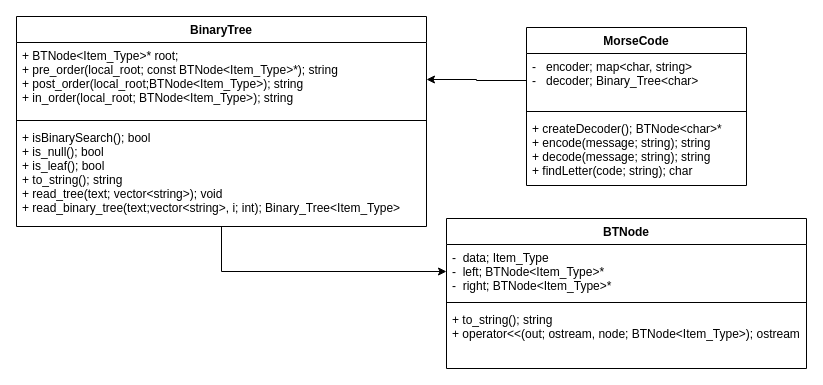
The draw.io diagram UML Diagram Project 2.drawio in JAWolfe04/CS303_Project_2, before the edit. Source tidied: cells renumbered, new cells numbered last; positions are measured from the earlier drawing's top-left corner, leaving out a move shared by most shapes. Both pictures are drawn from the tidied source at 100%, with x=0, y=0 at pixel (16, 16).
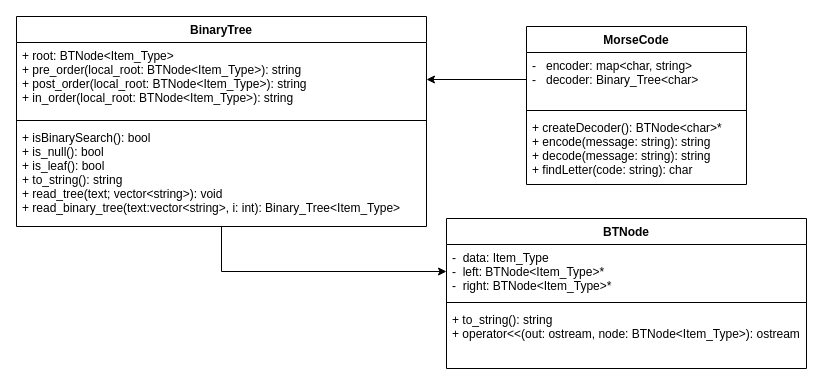
After the change.

What changed in the source:
```diff
@@
 <mxGraphModel>
   <root>
     <mxCell id="0" />
     <mxCell id="1" parent="0" />
     <mxCell id="2" style="edgeStyle=orthogonalEdgeStyle;rounded=0;jettySize=auto;html=1;entryX=0;entryY=0.5;entryDx=0;entryDy=0;" parent="1" edge="1" source="3" target="8">
       <mxGeometry relative="1" as="geometry" />
     </mxCell>
     <mxCell id="3" value="BinaryTree" style="swimlane;fontStyle=1;align=center;verticalAlign=top;horizontal=1;startSize=26;" parent="1" vertex="1">
       <mxGeometry width="410" height="210" as="geometry" />
     </mxCell>
-    <mxCell id="4" value="+ BTNode&lt;Item_Type&gt;* root;&#10;+ pre_order(local_root; const BTNode&lt;Item_Type&gt;*); string&#10;+ post_order(local_root;BTNode&lt;Item_Type&gt;); string&#10;+ in_order(local_root; BTNode&lt;Item_Type&gt;); string&#10;" style="text;strokeColor=none;fillColor=none;align=left;verticalAlign=top;spacingLeft=4;spacingRight=4;overflow=hidden;points=[[0,0.5],[1,0.5]];portConstraint=eastwest;" parent="3" vertex="1">
+    <mxCell id="4" value="+ root: BTNode&lt;Item_Type&gt;&#10;+ pre_order(local_root: BTNode&lt;Item_Type&gt;): string&#10;+ post_order(local_root: BTNode&lt;Item_Type&gt;): string&#10;+ in_order(local_root: BTNode&lt;Item_Type&gt;): string&#10;" style="text;strokeColor=none;fillColor=none;align=left;verticalAlign=top;spacingLeft=4;spacingRight=4;overflow=hidden;points=[[0,0.5],[1,0.5]];portConstraint=eastwest;" parent="3" vertex="1">
       <mxGeometry y="26" width="410" height="74" as="geometry" />
     </mxCell>
     <mxCell id="5" style="line;strokeWidth=1;fillColor=none;align=left;verticalAlign=middle;spacingTop=-1;spacingLeft=3;spacingRight=3;labelPosition=right;" parent="3" vertex="1">
       <mxGeometry y="100" width="410" height="8" as="geometry" />
     </mxCell>
-    <mxCell id="6" value="+ isBinarySearch(); bool&#10;+ is_null(); bool&#10;+ is_leaf(); bool&#10;+ to_string(); string&#10;+ read_tree(text; vector&lt;string&gt;); void&#10;+ read_binary_tree(text;vector&lt;string&gt;, i; int); Binary_Tree&lt;Item_Type&gt; " style="text;strokeColor=none;fillColor=none;align=left;verticalAlign=top;spacingLeft=4;spacingRight=4;overflow=hidden;" parent="3" vertex="1">
+    <mxCell id="6" value="+ isBinarySearch(): bool&#10;+ is_null(): bool&#10;+ is_leaf(): bool&#10;+ to_string(): string&#10;+ read_tree(text; vector&lt;string&gt;): void&#10;+ read_binary_tree(text:vector&lt;string&gt;, i: int): Binary_Tree&lt;Item_Type&gt; " style="text;strokeColor=none;fillColor=none;align=left;verticalAlign=top;spacingLeft=4;spacingRight=4;overflow=hidden;" parent="3" vertex="1">
       <mxGeometry y="108" width="410" height="102" as="geometry" />
     </mxCell>
     <mxCell id="7" value="BTNode" style="swimlane;fontStyle=1;align=center;verticalAlign=top;horizontal=1;startSize=26;" parent="1" vertex="1">
       <mxGeometry x="430" y="202" width="360" height="150" as="geometry" />
     </mxCell>
-    <mxCell id="8" value="-  data; Item_Type &#10;-  left; BTNode&lt;Item_Type&gt;* &#10;-  right; BTNode&lt;Item_Type&gt;* " style="text;strokeColor=none;fillColor=none;align=left;verticalAlign=top;spacingLeft=4;spacingRight=4;overflow=hidden;points=[[0,0.5],[1,0.5]];portConstraint=eastwest;" parent="7" vertex="1">
+    <mxCell id="8" value="-  data: Item_Type &#10;-  left: BTNode&lt;Item_Type&gt;* &#10;-  right: BTNode&lt;Item_Type&gt;* " style="text;strokeColor=none;fillColor=none;align=left;verticalAlign=top;spacingLeft=4;spacingRight=4;overflow=hidden;points=[[0,0.5],[1,0.5]];portConstraint=eastwest;" parent="7" vertex="1">
       <mxGeometry y="26" width="360" height="54" as="geometry" />
     </mxCell>
     <mxCell id="9" style="line;strokeWidth=1;fillColor=none;align=left;verticalAlign=middle;spacingTop=-1;spacingLeft=3;spacingRight=3;labelPosition=right;" parent="7" vertex="1">
       <mxGeometry y="80" width="360" height="8" as="geometry" />
     </mxCell>
-    <mxCell id="10" value="+ to_string(); string&#10;+ operator&lt;&lt;(out; ostream, node; BTNode&lt;Item_Type&gt;); ostream " style="text;strokeColor=none;fillColor=none;align=left;verticalAlign=top;spacingLeft=4;spacingRight=4;overflow=hidden;" parent="7" vertex="1">
+    <mxCell id="10" value="+ to_string(): string&#10;+ operator&lt;&lt;(out: ostream, node: BTNode&lt;Item_Type&gt;): ostream " style="text;strokeColor=none;fillColor=none;align=left;verticalAlign=top;spacingLeft=4;spacingRight=4;overflow=hidden;" parent="7" vertex="1">
       <mxGeometry y="88" width="360" height="62" as="geometry" />
     </mxCell>
     <mxCell id="11" value="MorseCode" style="swimlane;fontStyle=1;align=center;verticalAlign=top;horizontal=1;startSize=26;" parent="1" vertex="1">
-      <mxGeometry x="510" y="11" width="220" height="158" as="geometry" />
+      <mxGeometry x="510" y="10" width="220" height="158" as="geometry" />
     </mxCell>
-    <mxCell id="12" value="-   encoder; map&lt;char, string&gt; &#10;-   decoder; Binary_Tree&lt;char&gt; " style="text;strokeColor=none;fillColor=none;align=left;verticalAlign=top;spacingLeft=4;spacingRight=4;overflow=hidden;points=[[0,0.5],[1,0.5]];portConstraint=eastwest;" parent="11" vertex="1">
+    <mxCell id="12" value="-   encoder: map&lt;char, string&gt; &#10;-   decoder: Binary_Tree&lt;char&gt; " style="text;strokeColor=none;fillColor=none;align=left;verticalAlign=top;spacingLeft=4;spacingRight=4;overflow=hidden;points=[[0,0.5],[1,0.5]];portConstraint=eastwest;" parent="11" vertex="1">
       <mxGeometry y="26" width="220" height="54" as="geometry" />
     </mxCell>
     <mxCell id="13" style="line;strokeWidth=1;fillColor=none;align=left;verticalAlign=middle;spacingTop=-1;spacingLeft=3;spacingRight=3;labelPosition=right;" parent="11" vertex="1">
       <mxGeometry y="80" width="220" height="8" as="geometry" />
     </mxCell>
-    <mxCell id="14" value="+ createDecoder(); BTNode&lt;char&gt;*&#10;+ encode(message; string); string&#10;+ decode(message; string); string&#10;+ findLetter(code; string); char" style="text;strokeColor=none;fillColor=none;align=left;verticalAlign=top;spacingLeft=4;spacingRight=4;overflow=hidden;" parent="11" vertex="1">
+    <mxCell id="14" value="+ createDecoder(): BTNode&lt;char&gt;*&#10;+ encode(message: string): string&#10;+ decode(message: string): string&#10;+ findLetter(code: string): char" style="text;strokeColor=none;fillColor=none;align=left;verticalAlign=top;spacingLeft=4;spacingRight=4;overflow=hidden;" parent="11" vertex="1">
       <mxGeometry y="88" width="220" height="70" as="geometry" />
     </mxCell>
     <mxCell id="15" style="edgeStyle=orthogonalEdgeStyle;rounded=0;jettySize=auto;html=1;exitX=0;exitY=0.5;exitDx=0;exitDy=0;entryX=1;entryY=0.5;entryDx=0;entryDy=0;" parent="1" edge="1" source="12" target="4">
       <mxGeometry relative="1" as="geometry" />
     </mxCell>
   </root>
 </mxGraphModel>
```
